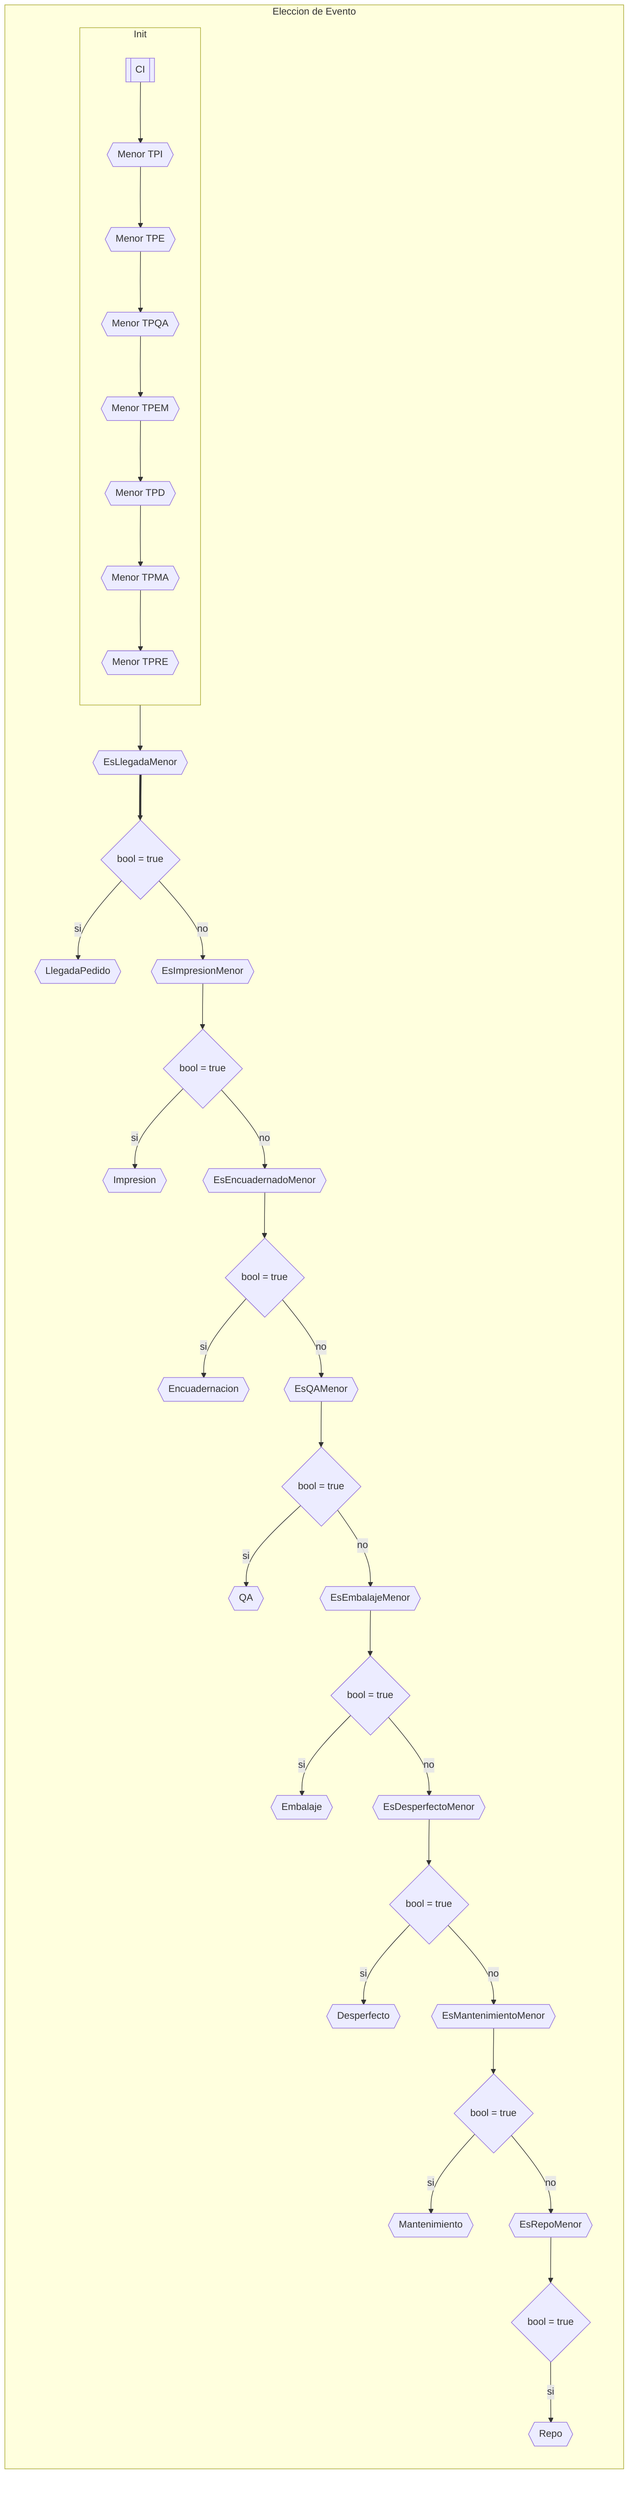
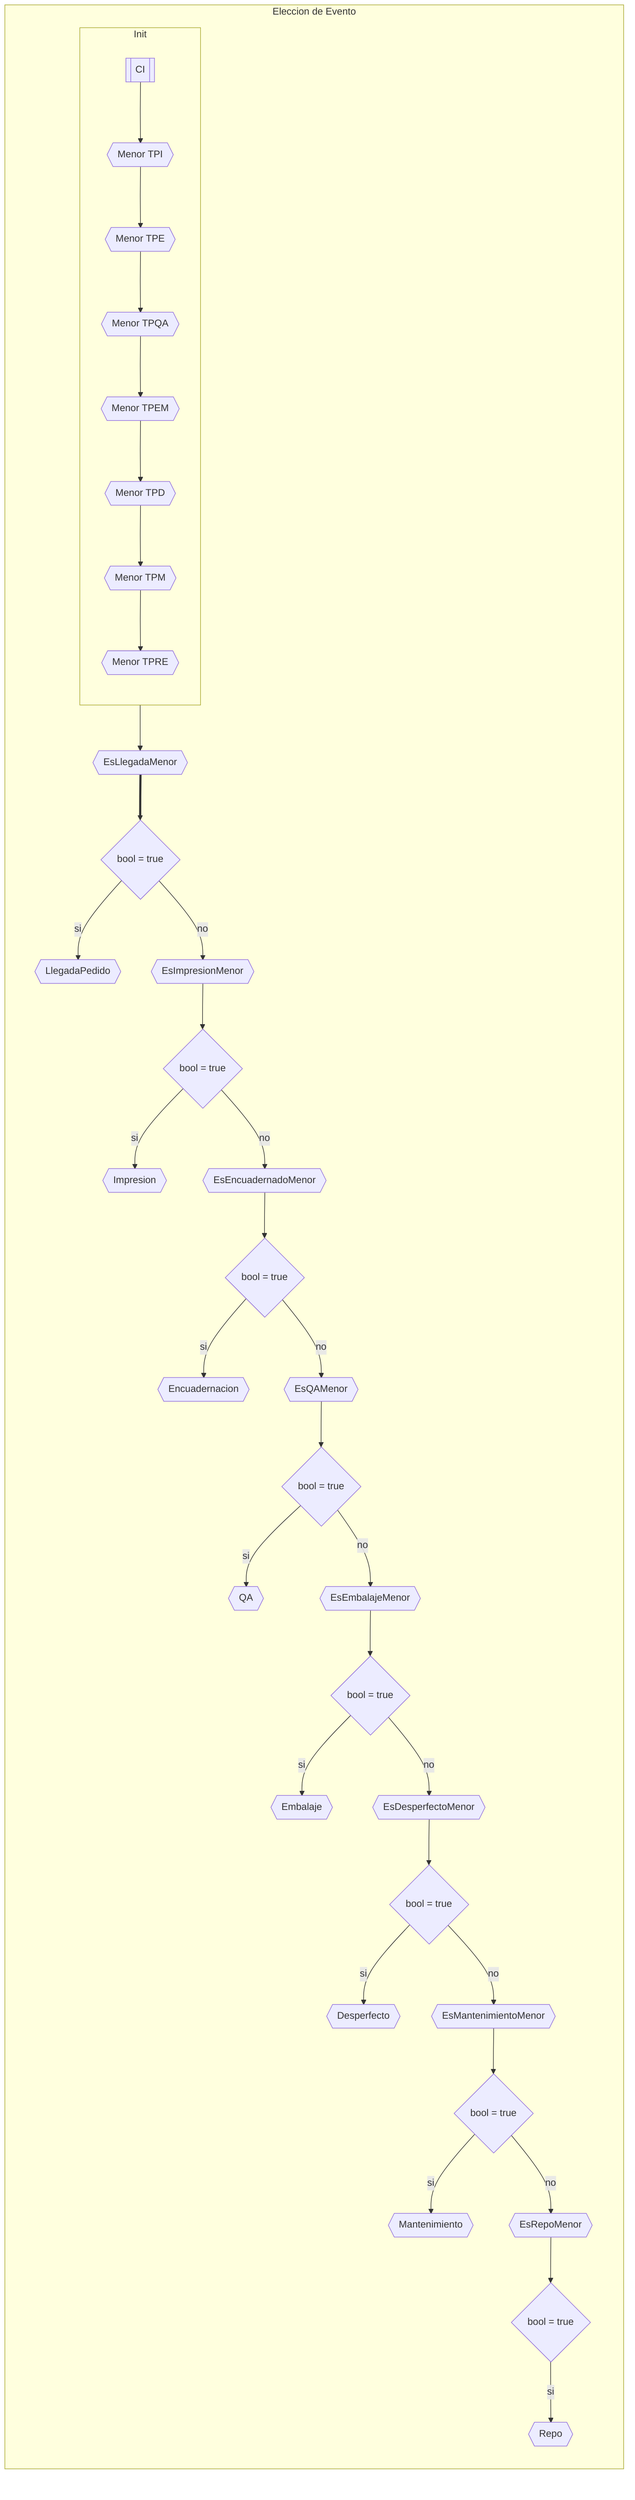
flowchart TD
    subgraph Init
    direction TD
    CI[[CI]]
-     CI[[CI]] --> Impresion{{Menor TPI}} --> Encuadernacion{{Menor TPE}} --> QA{{Menor TPQA}} --> Embalaje{{Menor TPEM}} --> Desperfecto{{Menor TPD}} --> Mantenimiento{{Menor TPMA}} --> Repo{{Menor TPRE}}
+     CI[[CI]] --> Impresion{{Menor TPI}} --> Encuadernacion{{Menor TPE}} --> QA{{Menor TPQA}} --> Embalaje{{Menor TPEM}} --> Desperfecto{{Menor TPD}} --> Mantenimiento{{Menor TPM}} --> Repo{{Menor TPRE}}
    end

    subgraph Eleccion de Evento
    direction TD
    Init{{Init}} --> MenorLlegada{{EsLlegadaMenor}}
    MenorLlegada ==> if{bool = true}
    if --> |si| Llegada{{LlegadaPedido}}
    if --> |no| EsImpresionMenor{{EsImpresionMenor}}
    EsImpresionMenor --> if2{bool = true}
    if2 --> |si| Impresion2{{Impresion}}
    if2 --> |no| EsEncuadernadoMenor{{EsEncuadernadoMenor}}
    EsEncuadernadoMenor --> if3{bool = true}
    if3 --> |si| Encuadernacion2{{Encuadernacion}}
    if3 --> |no| EsQAMenor{{EsQAMenor}}
    EsQAMenor --> if4{bool = true}
    if4 --> |si| QA2{{QA}}
    if4 --> |no| EsEmbalajeMenor{{EsEmbalajeMenor}}
    EsEmbalajeMenor --> if5{bool = true}
    if5 --> |si| Embalaje2{{Embalaje}}
    if5 --> |no| EsDesperfectoMenor{{EsDesperfectoMenor}}
    EsDesperfectoMenor --> if7{bool = true}
    if7 --> |si| Desperfecto2{{Desperfecto}}
    if7 --> |no| EsMantenimientoMenor{{EsMantenimientoMenor}}
    EsMantenimientoMenor --> if8{bool = true}
    if8 --> |si| Mantenimiento2{{Mantenimiento}}
    if8 --> |no| EsRepoMenor{{EsRepoMenor}}
    EsRepoMenor --> if9{bool = true}
    if9 --> |si| Repo2{{Repo}}
    end
